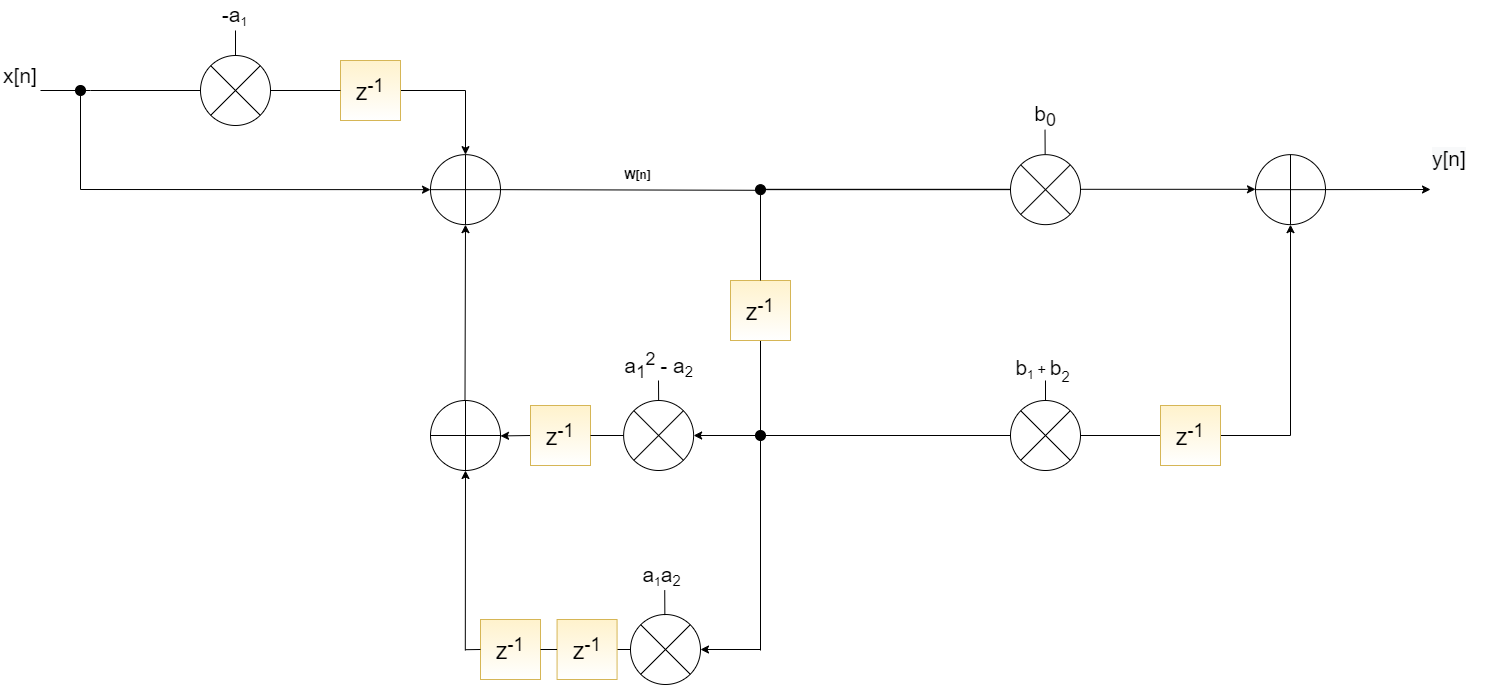
francescobabbaro/ISA_LAB1 keeps this draw.io diagram as drawio_wavedrom_files_innovus/optimized_version/IIR_retiming.png. Above is the earlier version. Source tidied: cells renumbered, new cells last; positions are measured from the earlier drawing's top-left corner, leaving out a move shared by most shapes.
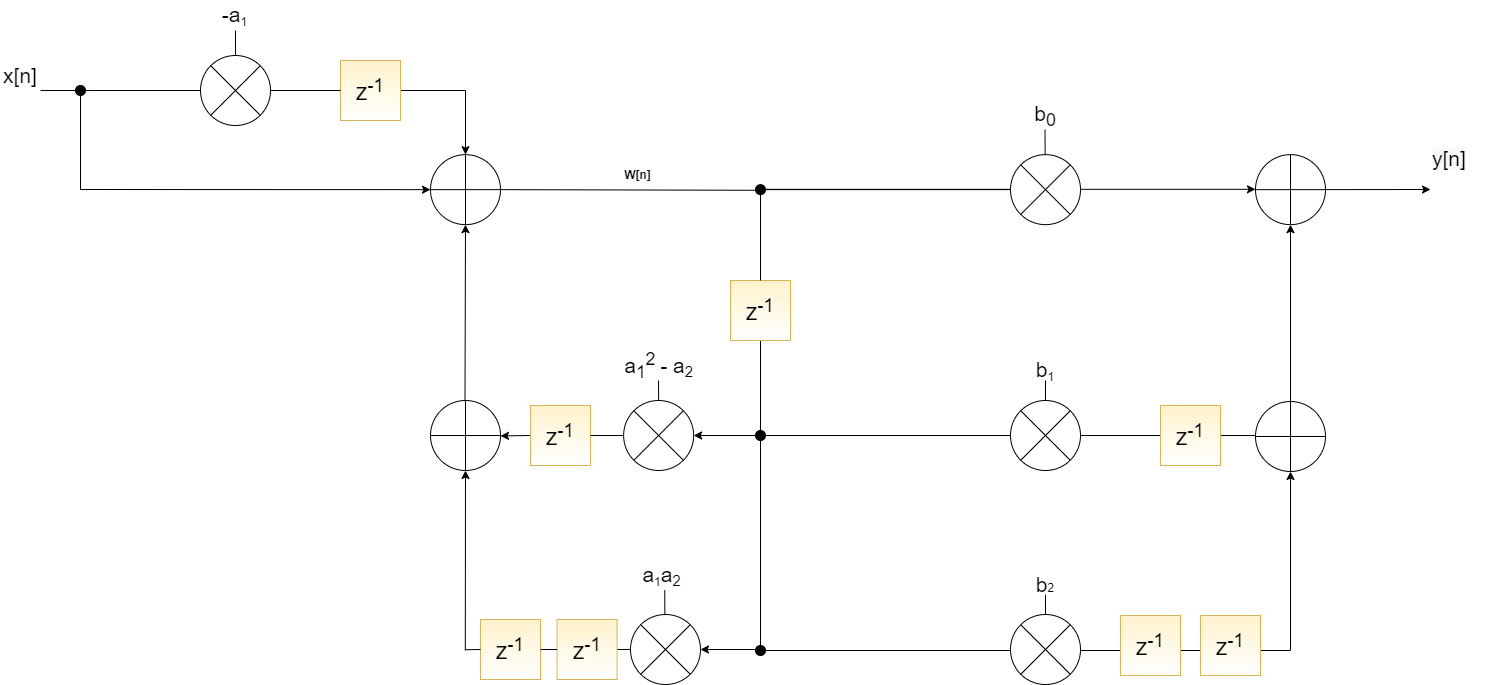
Above is the later version.

Diff of the diagram source:
```diff
@@ -109,8 +109,8 @@
     <mxCell id="27" style="ellipse;whiteSpace=wrap;html=1;fillColor=#000000;" parent="1" vertex="1">
       <mxGeometry x="75" y="85" width="10" height="10" as="geometry" />
     </mxCell>
-    <mxCell id="28" value="&lt;font&gt;&lt;span style=&quot;font-size: 21px&quot;&gt;b&lt;/span&gt;&lt;span style=&quot;font-size: 14.5833px&quot;&gt;&lt;sub&gt;1&amp;nbsp;&lt;/sub&gt;+&amp;nbsp;&lt;/span&gt;&lt;span style=&quot;font-size: 21px&quot;&gt;b&lt;/span&gt;&lt;span style=&quot;vertical-align: sub ; font-size: 17.5px&quot;&gt;&lt;sub&gt;2&lt;/sub&gt;&lt;/span&gt;&lt;/font&gt;" style="text;html=1;strokeColor=none;fillColor=none;align=center;verticalAlign=middle;whiteSpace=wrap;rounded=0;" parent="1" vertex="1">
-      <mxGeometry x="1020" y="355" width="45" height="30" as="geometry" />
+    <mxCell id="28" value="&lt;font&gt;&lt;span style=&quot;font-size: 21px&quot;&gt;b&lt;/span&gt;&lt;span style=&quot;font-size: 14.5833px&quot;&gt;&lt;sub&gt;1&lt;/sub&gt;&lt;/span&gt;&lt;/font&gt;" style="text;html=1;strokeColor=none;fillColor=none;align=center;verticalAlign=middle;whiteSpace=wrap;rounded=0;" parent="1" vertex="1">
+      <mxGeometry x="1025" y="355" width="40" height="30" as="geometry" />
     </mxCell>
     <mxCell id="29" value="&lt;font&gt;&lt;sub&gt;&lt;span style=&quot;font-size: 21px&quot;&gt;b&lt;sub&gt;0&lt;/sub&gt;&lt;/span&gt;&lt;/sub&gt;&lt;/font&gt;" style="text;html=1;strokeColor=none;fillColor=none;align=center;verticalAlign=middle;whiteSpace=wrap;rounded=0;" parent="1" vertex="1">
       <mxGeometry x="1025" y="100" width="40" height="30" as="geometry" />
@@ -202,5 +202,36 @@
     <mxCell id="51" value="&lt;font style=&quot;font-size: 23px&quot;&gt;z&lt;sup&gt;-1&lt;/sup&gt;&lt;/font&gt;" style="whiteSpace=wrap;html=1;fillColor=#fff2cc;strokeColor=#d6b656;gradientColor=#ffffff;" parent="1" vertex="1">
       <mxGeometry x="1160" y="405" width="60" height="60" as="geometry" />
     </mxCell>
+    <mxCell id="52" value="&lt;font&gt;&lt;span style=&quot;font-size: 21px&quot;&gt;b&lt;/span&gt;&lt;span style=&quot;font-size: 12.1528px&quot;&gt;2&lt;/span&gt;&lt;/font&gt;" style="text;html=1;strokeColor=none;fillColor=none;align=center;verticalAlign=middle;whiteSpace=wrap;rounded=0;" parent="1" vertex="1">
+      <mxGeometry x="1025" y="569" width="40" height="30" as="geometry" />
+    </mxCell>
+    <mxCell id="53" style="endArrow=none;html=1;rounded=0;exitX=0.5;exitY=0;exitDx=0;exitDy=0;" parent="1" edge="1" source="56">
+      <mxGeometry relative="1" as="geometry">
+        <mxPoint x="1045" y="594" as="targetPoint" />
+      </mxGeometry>
+    </mxCell>
+    <mxCell id="54" style="endArrow=classic;html=1;rounded=0;entryX=0.5;entryY=1;entryDx=0;entryDy=0;entryPerimeter=0;" parent="1" edge="1" target="55">
+      <mxGeometry relative="1" as="geometry">
+        <mxPoint x="760" y="650" as="sourcePoint" />
+        <Array as="points">
+          <mxPoint x="1290" y="650" />
+        </Array>
+      </mxGeometry>
+    </mxCell>
+    <mxCell id="55" style="verticalLabelPosition=bottom;verticalAlign=top;html=1;shape=mxgraph.flowchart.summing_function;" parent="1" vertex="1">
+      <mxGeometry x="1255" y="401" width="70" height="70" as="geometry" />
+    </mxCell>
+    <mxCell id="56" style="shape=sumEllipse;perimeter=ellipsePerimeter;whiteSpace=wrap;html=1;backgroundOutline=1;" parent="1" vertex="1">
+      <mxGeometry x="1010" y="614" width="70" height="70" as="geometry" />
+    </mxCell>
+    <mxCell id="57" value="&lt;font style=&quot;font-size: 23px&quot;&gt;z&lt;sup&gt;-1&lt;/sup&gt;&lt;/font&gt;" style="whiteSpace=wrap;html=1;fillColor=#fff2cc;strokeColor=#d6b656;gradientColor=#ffffff;" parent="1" vertex="1">
+      <mxGeometry x="1120" y="615" width="60" height="60" as="geometry" />
+    </mxCell>
+    <mxCell id="58" value="&lt;font style=&quot;font-size: 23px&quot;&gt;z&lt;sup&gt;-1&lt;/sup&gt;&lt;/font&gt;" style="whiteSpace=wrap;html=1;fillColor=#fff2cc;strokeColor=#d6b656;gradientColor=#ffffff;" parent="1" vertex="1">
+      <mxGeometry x="1200" y="615" width="60" height="60" as="geometry" />
+    </mxCell>
+    <mxCell id="59" style="ellipse;whiteSpace=wrap;html=1;fillColor=#000000;" parent="1" vertex="1">
+      <mxGeometry x="755" y="645" width="10" height="10" as="geometry" />
+    </mxCell>
   </root>
 </mxGraphModel>
```
